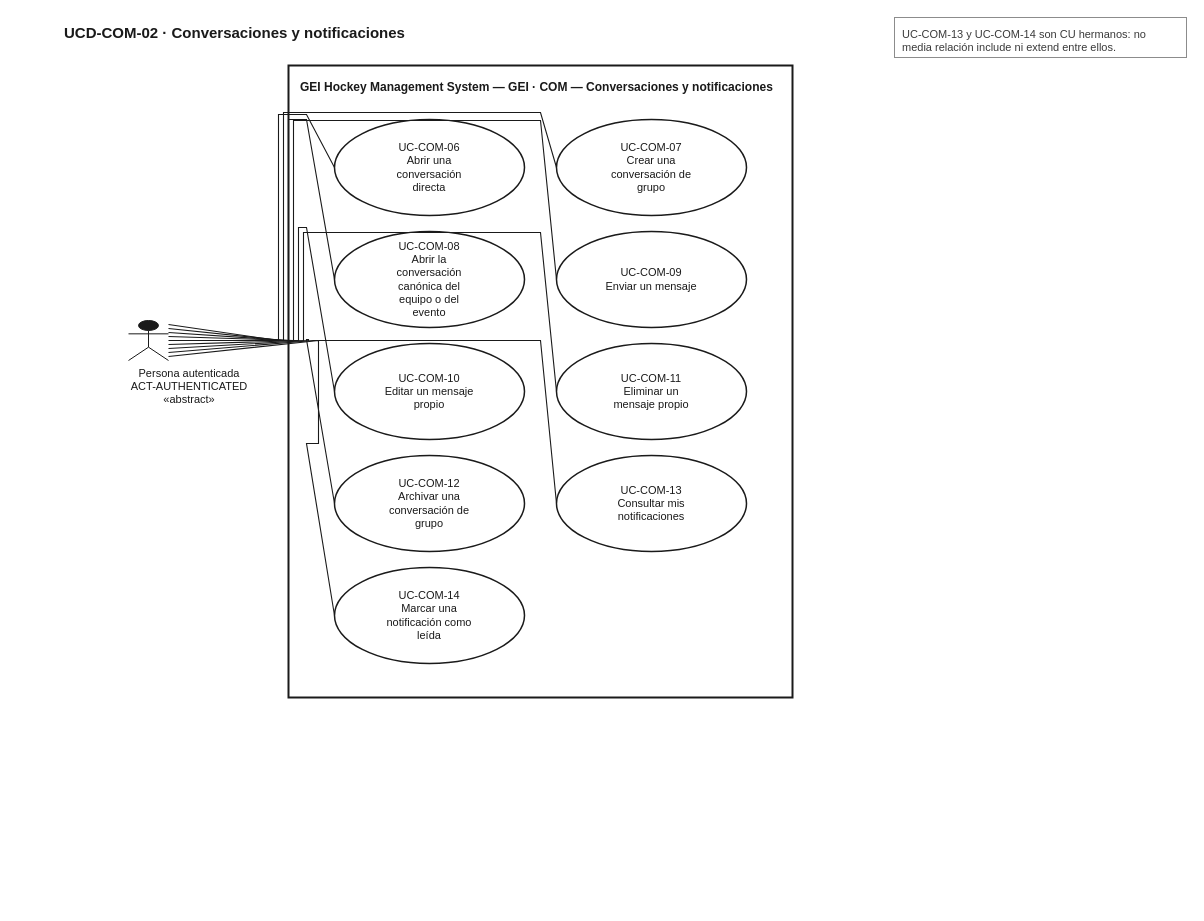
Above: docs/uml/use-cases/source-v1_1/UCD-COM-02__GEI_Conversations_Notifications.drawio in xeyroxpagode/Cluber (draw.io), before the change. Source tidied: cells renumbered, new cells numbered last; positions are measured from the earlier drawing's top-left corner, leaving out a move shared by most shapes. Both pictures are drawn from the tidied source at 100%, with x=0, y=0 at pixel (62, 17).
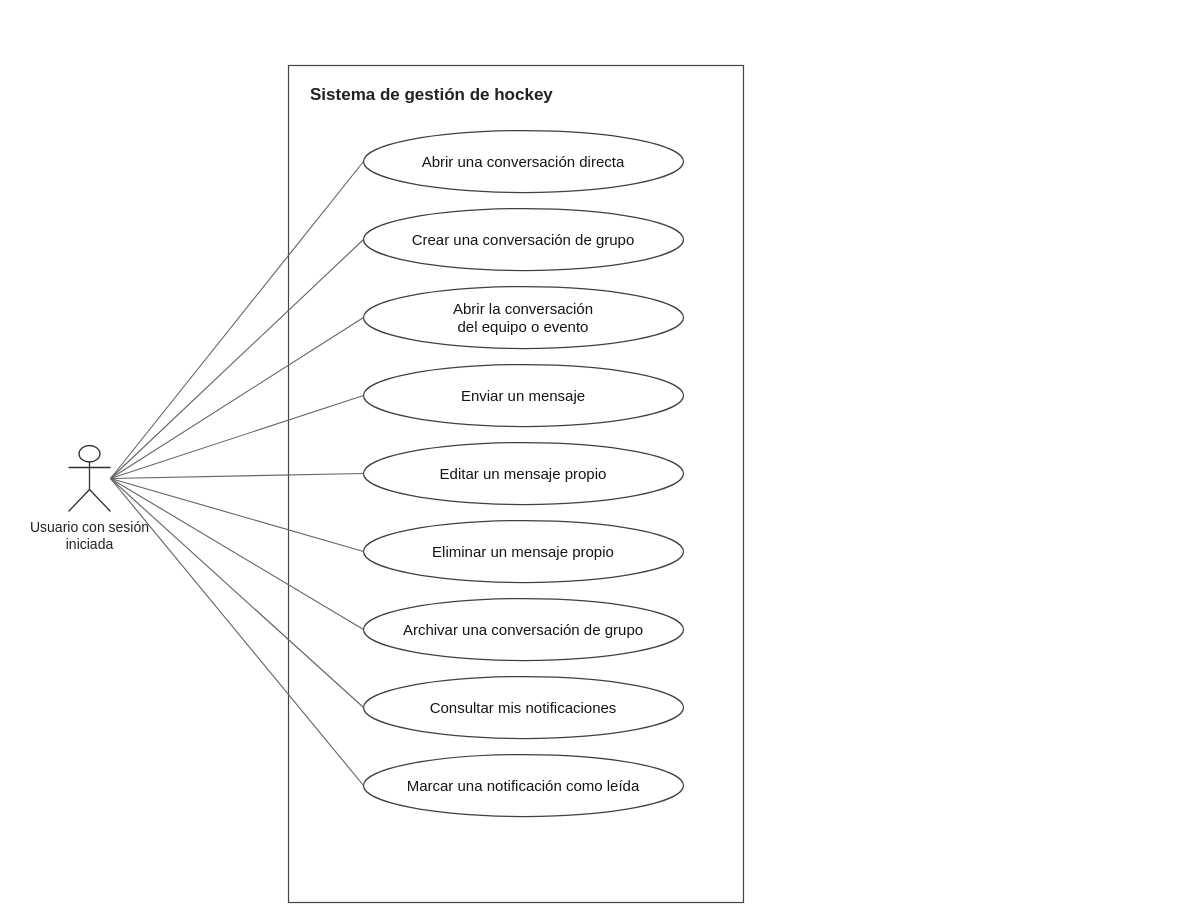
The same page after the edit.

What changed in the source:
```diff
@@
-<mxGraphModel>
+<mxGraphModel background="#FFFFFF">
@@
-    <mxCell id="2" value="UCD-COM-02 · Conversaciones y notificaciones" style="text;html=1;strokeColor=none;fillColor=none;align=left;verticalAlign=middle;fontFamily=Helvetica;fontSize=15;fontStyle=1;fontColor=#1A1A1A;" parent="1" vertex="1">
-      <mxGeometry y="2" width="800" height="26" as="geometry" />
-    </mxCell>
-    <mxCell id="3" value="GEI Hockey Management System — GEI · COM — Conversaciones y notificaciones" style="rounded=0;whiteSpace=wrap;html=1;fillColor=#FFFFFF;strokeColor=#1A1A1A;strokeWidth=2;verticalAlign=top;align=left;spacingLeft=10;spacingTop=8;fontFamily=Helvetica;fontSize=12;fontStyle=1;fontColor=#1A1A1A;" parent="1" vertex="1">
-      <mxGeometry x="226" y="48" width="504" height="632" as="geometry" />
+    <mxCell id="3" value="Sistema de gestión de hockey" style="rounded=0;whiteSpace=wrap;html=1;fillColor=#FFFFFF;strokeColor=#444444;strokeWidth=1.2;fontStyle=1;fontSize=17;fontColor=#222222;align=left;verticalAlign=top;spacingLeft=20;spacingTop=13;" parent="1" vertex="1">
+      <mxGeometry x="226" y="48" width="455" height="837" as="geometry" />
     </mxCell>
-    <mxCell id="4" value="UC-COM-06&lt;br&gt;Abrir una&lt;br&gt;conversación&lt;br&gt;directa" style="ellipse;whiteSpace=wrap;html=1;fillColor=#FFFFFF;strokeColor=#1A1A1A;strokeWidth=1.5;fontFamily=Helvetica;fontSize=11;fontColor=#1A1A1A;align=center;verticalAlign=middle;" parent="1" vertex="1">
-      <mxGeometry x="272" y="102" width="190" height="96" as="geometry" />
-    </mxCell>
-    <mxCell id="5" value="UC-COM-07&lt;br&gt;Crear una&lt;br&gt;conversación de&lt;br&gt;grupo" style="ellipse;whiteSpace=wrap;html=1;fillColor=#FFFFFF;strokeColor=#1A1A1A;strokeWidth=1.5;fontFamily=Helvetica;fontSize=11;fontColor=#1A1A1A;align=center;verticalAlign=middle;" parent="1" vertex="1">
-      <mxGeometry x="494" y="102" width="190" height="96" as="geometry" />
-    </mxCell>
-    <mxCell id="6" value="UC-COM-08&lt;br&gt;Abrir la&lt;br&gt;conversación&lt;br&gt;canónica del&lt;br&gt;equipo o del&lt;br&gt;evento" style="ellipse;whiteSpace=wrap;html=1;fillColor=#FFFFFF;strokeColor=#1A1A1A;strokeWidth=1.5;fontFamily=Helvetica;fontSize=11;fontColor=#1A1A1A;align=center;verticalAlign=middle;" parent="1" vertex="1">
-      <mxGeometry x="272" y="214" width="190" height="96" as="geometry" />
-    </mxCell>
-    <mxCell id="7" value="UC-COM-09&lt;br&gt;Enviar un mensaje" style="ellipse;whiteSpace=wrap;html=1;fillColor=#FFFFFF;strokeColor=#1A1A1A;strokeWidth=1.5;fontFamily=Helvetica;fontSize=11;fontColor=#1A1A1A;align=center;verticalAlign=middle;" parent="1" vertex="1">
-      <mxGeometry x="494" y="214" width="190" height="96" as="geometry" />
-    </mxCell>
-    <mxCell id="8" value="UC-COM-10&lt;br&gt;Editar un mensaje&lt;br&gt;propio" style="ellipse;whiteSpace=wrap;html=1;fillColor=#FFFFFF;strokeColor=#1A1A1A;strokeWidth=1.5;fontFamily=Helvetica;fontSize=11;fontColor=#1A1A1A;align=center;verticalAlign=middle;" parent="1" vertex="1">
-      <mxGeometry x="272" y="326" width="190" height="96" as="geometry" />
-    </mxCell>
-    <mxCell id="9" value="UC-COM-11&lt;br&gt;Eliminar un&lt;br&gt;mensaje propio" style="ellipse;whiteSpace=wrap;html=1;fillColor=#FFFFFF;strokeColor=#1A1A1A;strokeWidth=1.5;fontFamily=Helvetica;fontSize=11;fontColor=#1A1A1A;align=center;verticalAlign=middle;" parent="1" vertex="1">
-      <mxGeometry x="494" y="326" width="190" height="96" as="geometry" />
-    </mxCell>
-    <mxCell id="10" value="UC-COM-12&lt;br&gt;Archivar una&lt;br&gt;conversación de&lt;br&gt;grupo" style="ellipse;whiteSpace=wrap;html=1;fillColor=#FFFFFF;strokeColor=#1A1A1A;strokeWidth=1.5;fontFamily=Helvetica;fontSize=11;fontColor=#1A1A1A;align=center;verticalAlign=middle;" parent="1" vertex="1">
-      <mxGeometry x="272" y="438" width="190" height="96" as="geometry" />
-    </mxCell>
-    <mxCell id="11" value="UC-COM-13&lt;br&gt;Consultar mis&lt;br&gt;notificaciones" style="ellipse;whiteSpace=wrap;html=1;fillColor=#FFFFFF;strokeColor=#1A1A1A;strokeWidth=1.5;fontFamily=Helvetica;fontSize=11;fontColor=#1A1A1A;align=center;verticalAlign=middle;" parent="1" vertex="1">
-      <mxGeometry x="494" y="438" width="190" height="96" as="geometry" />
-    </mxCell>
-    <mxCell id="12" value="UC-COM-14&lt;br&gt;Marcar una&lt;br&gt;notificación como&lt;br&gt;leída" style="ellipse;whiteSpace=wrap;html=1;fillColor=#FFFFFF;strokeColor=#1A1A1A;strokeWidth=1.5;fontFamily=Helvetica;fontSize=11;fontColor=#1A1A1A;align=center;verticalAlign=middle;" parent="1" vertex="1">
-      <mxGeometry x="272" y="550" width="190" height="96" as="geometry" />
-    </mxCell>
-    <mxCell id="13" style="shape=umlActor;html=1;verticalLabelPosition=bottom;verticalAlign=top;align=center;labelBackgroundColor=#FFFFFF;fontFamily=Helvetica;fontSize=11;fontColor=#1A1A1A;strokeColor=#1A1A1A;fillColor=#1A1A1A;" parent="1" vertex="1">
-      <mxGeometry x="66" y="303" width="40" height="40" as="geometry" />
-    </mxCell>
-    <mxCell id="14" value="Persona autenticada&lt;br&gt;ACT-AUTHENTICATED&lt;br&gt;«abstract»" style="text;html=1;strokeColor=none;fillColor=none;align=center;verticalAlign=top;fontFamily=Helvetica;fontSize=11;fontColor=#1A1A1A;whiteSpace=wrap;" parent="1" vertex="1">
-      <mxGeometry x="42" y="343" width="170" height="42" as="geometry" />
-    </mxCell>
-    <mxCell id="15" value="UC-COM-13 y UC-COM-14 son CU hermanos: no&lt;br&gt;media relación include ni extend entre ellos." style="rounded=0;whiteSpace=wrap;html=1;fillColor=#FFFFFF;strokeColor=#8C8C8C;strokeWidth=1;align=left;verticalAlign=top;spacingLeft=6;spacingTop=4;fontFamily=Helvetica;fontSize=11;fontColor=#3A3A3A;" parent="1" vertex="1">
-      <mxGeometry x="832" width="292" height="40" as="geometry" />
-    </mxCell>
-    <mxCell id="16" style="endArrow=none;html=1;rounded=0;strokeColor=#1A1A1A;strokeWidth=1.1;exitX=1;exitY=0.1;exitDx=0;exitDy=0;entryX=0;entryY=0.5;entryDx=0;entryDy=0;" parent="1" edge="1" source="13" target="4">
-      <mxGeometry relative="1" as="geometry">
-        <Array as="points">
-          <mxPoint x="216" y="323" />
-          <mxPoint x="216" y="97" />
-          <mxPoint x="244" y="97" />
-          <mxPoint x="272" y="150" />
-        </Array>
-      </mxGeometry>
-    </mxCell>
-    <mxCell id="17" style="endArrow=none;html=1;rounded=0;strokeColor=#1A1A1A;strokeWidth=1.1;exitX=1;exitY=0.2;exitDx=0;exitDy=0;entryX=0;entryY=0.5;entryDx=0;entryDy=0;" parent="1" edge="1" source="13" target="5">
-      <mxGeometry relative="1" as="geometry">
-        <Array as="points">
-          <mxPoint x="221" y="323" />
-          <mxPoint x="221" y="95" />
-          <mxPoint x="478" y="95" />
-          <mxPoint x="494" y="150" />
-        </Array>
-      </mxGeometry>
-    </mxCell>
-    <mxCell id="18" style="endArrow=none;html=1;rounded=0;strokeColor=#1A1A1A;strokeWidth=1.1;exitX=1;exitY=0.3;exitDx=0;exitDy=0;entryX=0;entryY=0.5;entryDx=0;entryDy=0;" parent="1" edge="1" source="13" target="6">
-      <mxGeometry relative="1" as="geometry">
-        <Array as="points">
-          <mxPoint x="226" y="323" />
-          <mxPoint x="226" y="102" />
-          <mxPoint x="244" y="102" />
-          <mxPoint x="272" y="262" />
-        </Array>
-      </mxGeometry>
-    </mxCell>
-    <mxCell id="19" style="endArrow=none;html=1;rounded=0;strokeColor=#1A1A1A;strokeWidth=1.1;exitX=1;exitY=0.4;exitDx=0;exitDy=0;entryX=0;entryY=0.5;entryDx=0;entryDy=0;" parent="1" edge="1" source="13" target="7">
-      <mxGeometry relative="1" as="geometry">
-        <Array as="points">
-          <mxPoint x="231" y="323" />
-          <mxPoint x="231" y="103" />
-          <mxPoint x="478" y="103" />
-          <mxPoint x="494" y="262" />
-        </Array>
-      </mxGeometry>
-    </mxCell>
-    <mxCell id="20" style="endArrow=none;html=1;rounded=0;strokeColor=#1A1A1A;strokeWidth=1.1;exitX=1;exitY=0.5;exitDx=0;exitDy=0;entryX=0;entryY=0.5;entryDx=0;entryDy=0;" parent="1" edge="1" source="13" target="8">
-      <mxGeometry relative="1" as="geometry">
-        <Array as="points">
-          <mxPoint x="236" y="323" />
-          <mxPoint x="236" y="210" />
-          <mxPoint x="244" y="210" />
-          <mxPoint x="272" y="374" />
-        </Array>
-      </mxGeometry>
-    </mxCell>
-    <mxCell id="21" style="endArrow=none;html=1;rounded=0;strokeColor=#1A1A1A;strokeWidth=1.1;exitX=1;exitY=0.6;exitDx=0;exitDy=0;entryX=0;entryY=0.5;entryDx=0;entryDy=0;" parent="1" edge="1" source="13" target="9">
-      <mxGeometry relative="1" as="geometry">
-        <Array as="points">
-          <mxPoint x="241" y="323" />
-          <mxPoint x="241" y="215" />
-          <mxPoint x="478" y="215" />
-          <mxPoint x="494" y="374" />
-        </Array>
-      </mxGeometry>
-    </mxCell>
-    <mxCell id="22" style="endArrow=none;html=1;rounded=0;strokeColor=#1A1A1A;strokeWidth=1.1;exitX=1;exitY=0.7;exitDx=0;exitDy=0;entryX=0;entryY=0.5;entryDx=0;entryDy=0;" parent="1" edge="1" source="13" target="10">
-      <mxGeometry relative="1" as="geometry">
-        <Array as="points">
-          <mxPoint x="246" y="323" />
-          <mxPoint x="246" y="322" />
-          <mxPoint x="244" y="322" />
-          <mxPoint x="272" y="486" />
-        </Array>
-      </mxGeometry>
-    </mxCell>
-    <mxCell id="23" style="endArrow=none;html=1;rounded=0;strokeColor=#1A1A1A;strokeWidth=1.1;exitX=1;exitY=0.8;exitDx=0;exitDy=0;entryX=0;entryY=0.5;entryDx=0;entryDy=0;" parent="1" edge="1" source="13" target="11">
-      <mxGeometry relative="1" as="geometry">
-        <Array as="points">
-          <mxPoint x="251" y="323" />
-          <mxPoint x="251" y="323" />
-          <mxPoint x="478" y="323" />
-          <mxPoint x="494" y="486" />
-        </Array>
-      </mxGeometry>
-    </mxCell>
-    <mxCell id="24" style="endArrow=none;html=1;rounded=0;strokeColor=#1A1A1A;strokeWidth=1.1;exitX=1;exitY=0.9;exitDx=0;exitDy=0;entryX=0;entryY=0.5;entryDx=0;entryDy=0;" parent="1" edge="1" source="13" target="12">
-      <mxGeometry relative="1" as="geometry">
-        <Array as="points">
-          <mxPoint x="256" y="323" />
-          <mxPoint x="256" y="426" />
-          <mxPoint x="244" y="426" />
-          <mxPoint x="272" y="598" />
-        </Array>
-      </mxGeometry>
-    </mxCell>
+    <mxCell id="25" value="Abrir una conversación directa" style="ellipse;html=1;whiteSpace=wrap;fillColor=#FFFFFF;strokeColor=#404040;strokeWidth=1.25;fontColor=#161616;fontSize=15;align=center;verticalAlign=middle;spacing=10;" parent="1" vertex="1">
+      <mxGeometry x="301" y="113" width="320" height="62" as="geometry" />
+    </mxCell>
+    <mxCell id="26" value="Crear una conversación de grupo" style="ellipse;html=1;whiteSpace=wrap;fillColor=#FFFFFF;strokeColor=#404040;strokeWidth=1.25;fontColor=#161616;fontSize=15;align=center;verticalAlign=middle;spacing=10;" parent="1" vertex="1">
+      <mxGeometry x="301" y="191" width="320" height="62" as="geometry" />
+    </mxCell>
+    <mxCell id="27" value="Abrir la conversación&#10;del equipo o evento" style="ellipse;html=1;whiteSpace=wrap;fillColor=#FFFFFF;strokeColor=#404040;strokeWidth=1.25;fontColor=#161616;fontSize=15;align=center;verticalAlign=middle;spacing=10;" parent="1" vertex="1">
+      <mxGeometry x="301" y="269" width="320" height="62" as="geometry" />
+    </mxCell>
+    <mxCell id="28" value="Enviar un mensaje" style="ellipse;html=1;whiteSpace=wrap;fillColor=#FFFFFF;strokeColor=#404040;strokeWidth=1.25;fontColor=#161616;fontSize=15;align=center;verticalAlign=middle;spacing=10;" parent="1" vertex="1">
+      <mxGeometry x="301" y="347" width="320" height="62" as="geometry" />
+    </mxCell>
+    <mxCell id="29" value="Editar un mensaje propio" style="ellipse;html=1;whiteSpace=wrap;fillColor=#FFFFFF;strokeColor=#404040;strokeWidth=1.25;fontColor=#161616;fontSize=15;align=center;verticalAlign=middle;spacing=10;" parent="1" vertex="1">
+      <mxGeometry x="301" y="425" width="320" height="62" as="geometry" />
+    </mxCell>
+    <mxCell id="30" value="Eliminar un mensaje propio" style="ellipse;html=1;whiteSpace=wrap;fillColor=#FFFFFF;strokeColor=#404040;strokeWidth=1.25;fontColor=#161616;fontSize=15;align=center;verticalAlign=middle;spacing=10;" parent="1" vertex="1">
+      <mxGeometry x="301" y="503" width="320" height="62" as="geometry" />
+    </mxCell>
+    <mxCell id="31" value="Archivar una conversación de grupo" style="ellipse;html=1;whiteSpace=wrap;fillColor=#FFFFFF;strokeColor=#404040;strokeWidth=1.25;fontColor=#161616;fontSize=15;align=center;verticalAlign=middle;spacing=10;" parent="1" vertex="1">
+      <mxGeometry x="301" y="581" width="320" height="62" as="geometry" />
+    </mxCell>
+    <mxCell id="32" value="Consultar mis notificaciones" style="ellipse;html=1;whiteSpace=wrap;fillColor=#FFFFFF;strokeColor=#404040;strokeWidth=1.25;fontColor=#161616;fontSize=15;align=center;verticalAlign=middle;spacing=10;" parent="1" vertex="1">
+      <mxGeometry x="301" y="659" width="320" height="62" as="geometry" />
+    </mxCell>
+    <mxCell id="33" value="Marcar una notificación como leída" style="ellipse;html=1;whiteSpace=wrap;fillColor=#FFFFFF;strokeColor=#404040;strokeWidth=1.25;fontColor=#161616;fontSize=15;align=center;verticalAlign=middle;spacing=10;" parent="1" vertex="1">
+      <mxGeometry x="301" y="737" width="320" height="62" as="geometry" />
+    </mxCell>
+    <mxCell id="34" style="shape=umlActor;html=1;strokeColor=#303030;strokeWidth=1.3;fillColor=#FFFFFF;" parent="1" vertex="1">
+      <mxGeometry x="6" y="428" width="42" height="66" as="geometry" />
+    </mxCell>
+    <mxCell id="35" value="Usuario con sesión iniciada" style="text;html=1;whiteSpace=wrap;align=center;verticalAlign=top;fontSize=14;fontColor=#222222;fillColor=none;strokeColor=none;" parent="1" vertex="1">
+      <mxGeometry x="-45" y="495" width="145" height="44" as="geometry" />
+    </mxCell>
+    <mxCell id="36" style="endArrow=none;startArrow=none;html=1;strokeColor=#666666;strokeWidth=1.15;rounded=0;edgeStyle=none;exitX=1;exitY=0.5;entryX=0;entryY=0.5;" parent="1" edge="1" source="34" target="25">
+      <mxGeometry relative="1" as="geometry" />
+    </mxCell>
+    <mxCell id="37" style="endArrow=none;startArrow=none;html=1;strokeColor=#666666;strokeWidth=1.15;rounded=0;edgeStyle=none;exitX=1;exitY=0.5;entryX=0;entryY=0.5;" parent="1" edge="1" source="34" target="26">
+      <mxGeometry relative="1" as="geometry" />
+    </mxCell>
+    <mxCell id="38" style="endArrow=none;startArrow=none;html=1;strokeColor=#666666;strokeWidth=1.15;rounded=0;edgeStyle=none;exitX=1;exitY=0.5;entryX=0;entryY=0.5;" parent="1" edge="1" source="34" target="27">
+      <mxGeometry relative="1" as="geometry" />
+    </mxCell>
+    <mxCell id="39" style="endArrow=none;startArrow=none;html=1;strokeColor=#666666;strokeWidth=1.15;rounded=0;edgeStyle=none;exitX=1;exitY=0.5;entryX=0;entryY=0.5;" parent="1" edge="1" source="34" target="28">
+      <mxGeometry relative="1" as="geometry" />
+    </mxCell>
+    <mxCell id="40" style="endArrow=none;startArrow=none;html=1;strokeColor=#666666;strokeWidth=1.15;rounded=0;edgeStyle=none;exitX=1;exitY=0.5;entryX=0;entryY=0.5;" parent="1" edge="1" source="34" target="29">
+      <mxGeometry relative="1" as="geometry" />
+    </mxCell>
+    <mxCell id="41" style="endArrow=none;startArrow=none;html=1;strokeColor=#666666;strokeWidth=1.15;rounded=0;edgeStyle=none;exitX=1;exitY=0.5;entryX=0;entryY=0.5;" parent="1" edge="1" source="34" target="30">
+      <mxGeometry relative="1" as="geometry" />
+    </mxCell>
+    <mxCell id="42" style="endArrow=none;startArrow=none;html=1;strokeColor=#666666;strokeWidth=1.15;rounded=0;edgeStyle=none;exitX=1;exitY=0.5;entryX=0;entryY=0.5;" parent="1" edge="1" source="34" target="31">
+      <mxGeometry relative="1" as="geometry" />
+    </mxCell>
+    <mxCell id="43" style="endArrow=none;startArrow=none;html=1;strokeColor=#666666;strokeWidth=1.15;rounded=0;edgeStyle=none;exitX=1;exitY=0.5;entryX=0;entryY=0.5;" parent="1" edge="1" source="34" target="32">
+      <mxGeometry relative="1" as="geometry" />
+    </mxCell>
+    <mxCell id="44" style="endArrow=none;startArrow=none;html=1;strokeColor=#666666;strokeWidth=1.15;rounded=0;edgeStyle=none;exitX=1;exitY=0.5;entryX=0;entryY=0.5;" parent="1" edge="1" source="34" target="33">
+      <mxGeometry relative="1" as="geometry" />
+    </mxCell>
```
